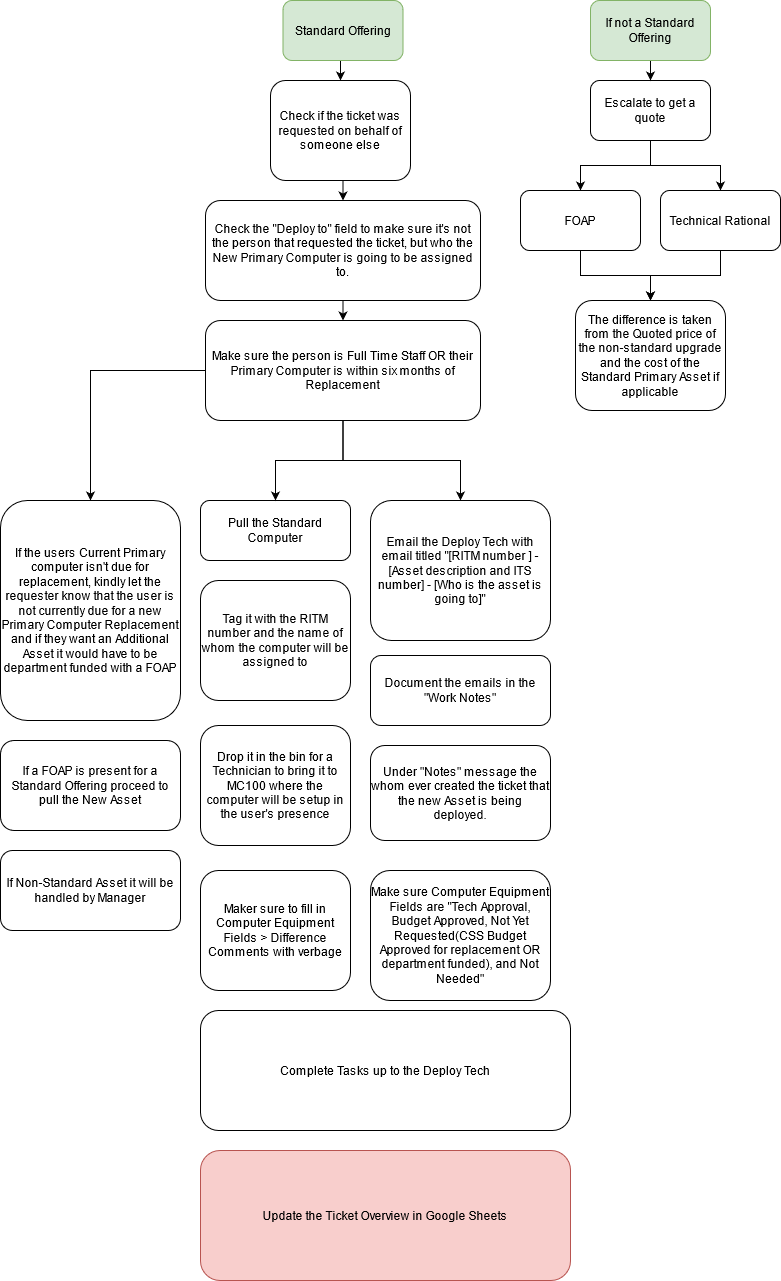
KevinWongCS/USFUSF keeps this draw.io diagram as Untitled Diagram.drawio.png. Above is the earlier version. Source tidied: cells renumbered, new cells last; positions are measured from the earlier drawing's top-left corner, leaving out a move shared by most shapes.
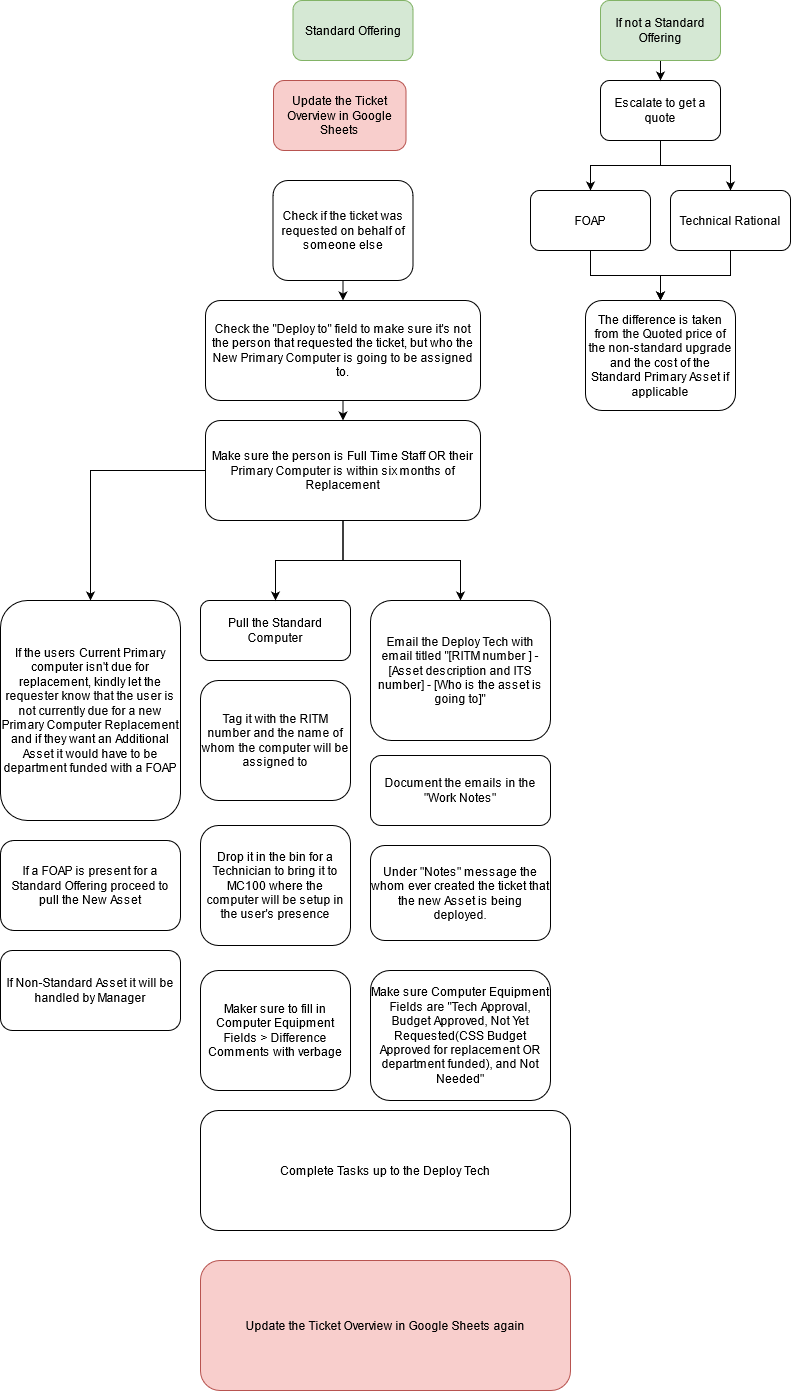
The same file after the commit.

What changed in the source:
```diff
@@ -2,17 +2,16 @@
   <root>
     <mxCell id="0" />
     <mxCell id="1" parent="0" />
-    <mxCell id="2" style="edgeStyle=orthogonalEdgeStyle;rounded=0;jettySize=auto;html=1;exitX=0.5;exitY=1;exitDx=0;exitDy=0;entryX=0.5;entryY=0;entryDx=0;entryDy=0;" parent="1" edge="1" source="3" target="5">
-      <mxGeometry relative="1" as="geometry" />
-    </mxCell>
     <mxCell id="3" value="Standard Offering" style="rounded=1;whiteSpace=wrap;html=1;fillColor=#d5e8d4;strokeColor=#82b366;" parent="1" vertex="1">
-      <mxGeometry x="282.5" width="120" height="60" as="geometry" />
+      <mxGeometry x="292.5" y="-100" width="120" height="60" as="geometry" />
     </mxCell>
-    <mxCell id="4" style="edgeStyle=orthogonalEdgeStyle;rounded=0;jettySize=auto;html=1;exitX=0.5;exitY=1;exitDx=0;exitDy=0;entryX=0.5;entryY=0;entryDx=0;entryDy=0;" parent="1" edge="1" source="5" target="7">
-      <mxGeometry relative="1" as="geometry" />
+    <mxCell id="4" style="edgeStyle=orthogonalEdgeStyle;rounded=0;jettySize=auto;html=1;exitX=0.5;exitY=1;exitDx=0;exitDy=0;entryX=0.5;entryY=0;entryDx=0;entryDy=0;" parent="1" edge="1" target="7">
+      <mxGeometry relative="1" as="geometry">
+        <mxPoint x="340" y="180" as="sourcePoint" />
+      </mxGeometry>
     </mxCell>
     <mxCell id="5" value="Check if the ticket was requested on behalf of someone else" style="rounded=1;whiteSpace=wrap;html=1;" parent="1" vertex="1">
-      <mxGeometry x="270" y="80" width="140" height="100" as="geometry" />
+      <mxGeometry x="272.5" y="80" width="140" height="100" as="geometry" />
     </mxCell>
     <mxCell id="6" style="edgeStyle=orthogonalEdgeStyle;rounded=0;jettySize=auto;html=1;exitX=0.5;exitY=1;exitDx=0;exitDy=0;entryX=0.5;entryY=0;entryDx=0;entryDy=0;" parent="1" edge="1" source="7" target="14">
       <mxGeometry relative="1" as="geometry" />
@@ -27,7 +26,7 @@
       <mxGeometry x="200" y="580" width="150" height="120" as="geometry" />
     </mxCell>
     <mxCell id="10" value="Update the Ticket Overview in Google Sheets " style="rounded=1;whiteSpace=wrap;html=1;fillColor=#f8cecc;strokeColor=#b85450;" parent="1" vertex="1">
-      <mxGeometry x="200" y="1150" width="370" height="130" as="geometry" />
+      <mxGeometry x="273" y="-20" width="132.5" height="70" as="geometry" />
     </mxCell>
     <mxCell id="11" style="edgeStyle=orthogonalEdgeStyle;rounded=0;jettySize=auto;html=1;entryX=0.5;entryY=0;entryDx=0;entryDy=0;" parent="1" edge="1" source="14" target="16">
       <mxGeometry relative="1" as="geometry" />
@@ -60,28 +59,28 @@
       <mxGeometry relative="1" as="geometry" />
     </mxCell>
     <mxCell id="21" value="Escalate to get a quote" style="rounded=1;whiteSpace=wrap;html=1;" parent="1" vertex="1">
-      <mxGeometry x="590" y="80" width="120" height="60" as="geometry" />
+      <mxGeometry x="600" y="-20" width="120" height="60" as="geometry" />
     </mxCell>
     <mxCell id="22" style="edgeStyle=orthogonalEdgeStyle;rounded=0;jettySize=auto;html=1;entryX=0.5;entryY=0;entryDx=0;entryDy=0;" parent="1" edge="1" source="23" target="26">
       <mxGeometry relative="1" as="geometry" />
     </mxCell>
     <mxCell id="23" value="FOAP" style="rounded=1;whiteSpace=wrap;html=1;" parent="1" vertex="1">
-      <mxGeometry x="520" y="190" width="120" height="60" as="geometry" />
+      <mxGeometry x="530" y="90" width="120" height="60" as="geometry" />
     </mxCell>
     <mxCell id="24" style="edgeStyle=orthogonalEdgeStyle;rounded=0;jettySize=auto;html=1;" parent="1" edge="1" source="25" target="26">
       <mxGeometry relative="1" as="geometry" />
     </mxCell>
     <mxCell id="25" value="Technical Rational" style="rounded=1;whiteSpace=wrap;html=1;" parent="1" vertex="1">
-      <mxGeometry x="660" y="190" width="120" height="60" as="geometry" />
+      <mxGeometry x="670" y="90" width="120" height="60" as="geometry" />
     </mxCell>
     <mxCell id="26" value="The difference is taken from the Quoted price of the non-standard upgrade and the cost of the Standard Primary Asset if applicable" style="rounded=1;whiteSpace=wrap;html=1;" parent="1" vertex="1">
-      <mxGeometry x="575" y="300" width="150" height="110" as="geometry" />
+      <mxGeometry x="585" y="200" width="150" height="110" as="geometry" />
     </mxCell>
     <mxCell id="27" style="edgeStyle=orthogonalEdgeStyle;rounded=0;jettySize=auto;html=1;exitX=0.5;exitY=1;exitDx=0;exitDy=0;entryX=0.5;entryY=0;entryDx=0;entryDy=0;" parent="1" edge="1" source="28" target="21">
       <mxGeometry relative="1" as="geometry" />
     </mxCell>
     <mxCell id="28" value="If not a Standard Offering " style="rounded=1;whiteSpace=wrap;html=1;fillColor=#d5e8d4;strokeColor=#82b366;" parent="1" vertex="1">
-      <mxGeometry x="590" width="120" height="60" as="geometry" />
+      <mxGeometry x="600" y="-100" width="120" height="60" as="geometry" />
     </mxCell>
     <mxCell id="29" value="Under &quot;Notes&quot; message the whom ever created the ticket that the new Asset is being deployed." style="rounded=1;whiteSpace=wrap;html=1;" parent="1" vertex="1">
       <mxGeometry x="370" y="745" width="180" height="95" as="geometry" />
@@ -101,5 +100,8 @@
     <mxCell id="34" value="Make sure Computer Equipment Fields are &quot;Tech Approval, Budget Approved, Not Yet Requested(CSS Budget Approved for replacement OR department funded), and Not Needed&quot;" style="rounded=1;whiteSpace=wrap;html=1;" parent="1" vertex="1">
       <mxGeometry x="370" y="870" width="180" height="130" as="geometry" />
     </mxCell>
+    <mxCell id="35" value="Update the Ticket Overview in Google Sheets again" style="rounded=1;whiteSpace=wrap;html=1;fillColor=#f8cecc;strokeColor=#b85450;" parent="1" vertex="1">
+      <mxGeometry x="200" y="1160" width="370" height="130" as="geometry" />
+    </mxCell>
   </root>
 </mxGraphModel>
```
